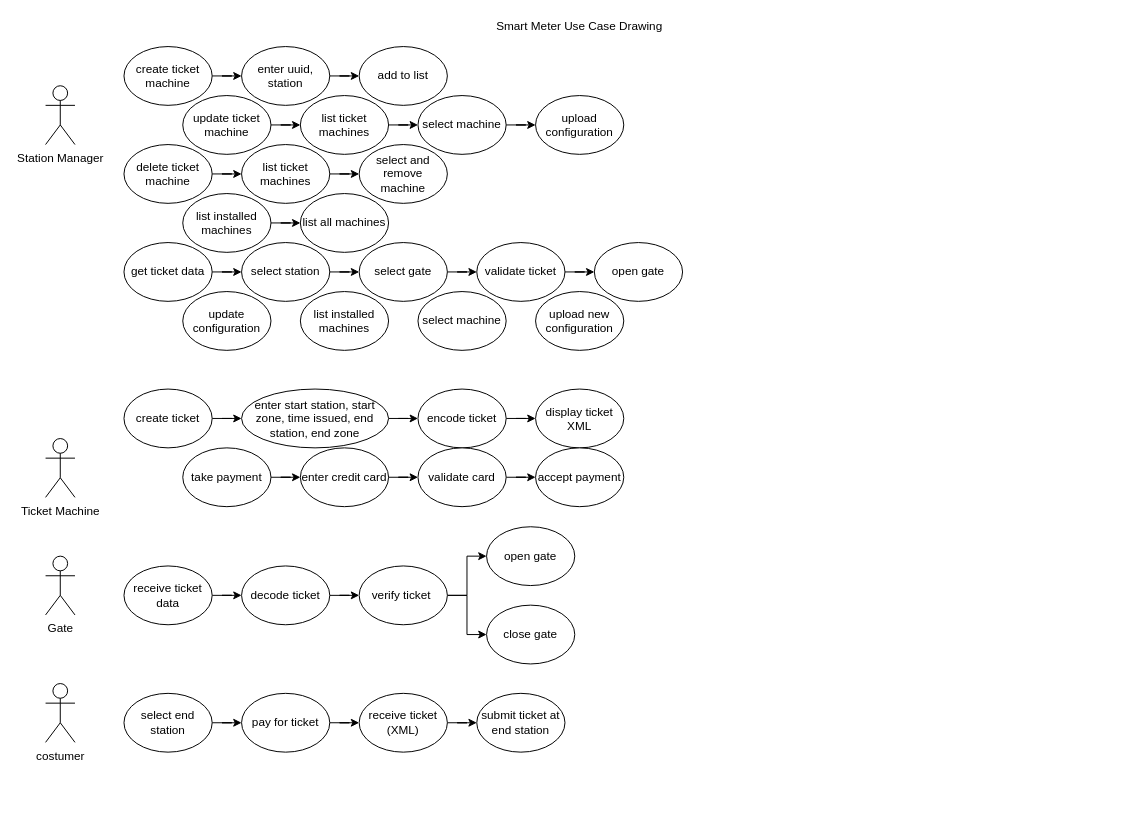
Above: project/UMLmodel/drawio/TicketMachineUseCase.drawio in cristiano-93/CristianoTicketMachine (draw.io), before the change. Source tidied: cells renumbered, new cells numbered last; positions are measured from the earlier drawing's top-left corner, leaving out a move shared by most shapes. Both pictures are drawn from the tidied source at 98%, with x=0, y=0 at pixel (45, 17).
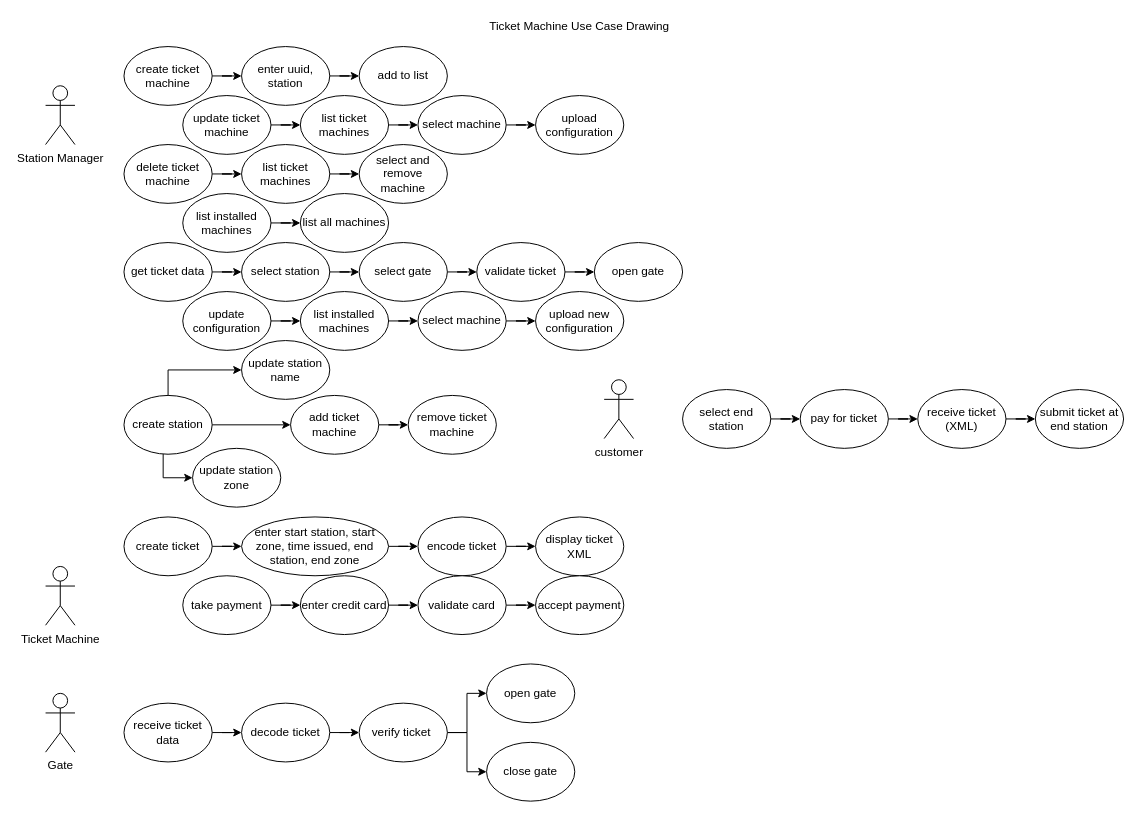
Above is the later version.

Unchanged cells that the change refers to:
```xml
<mxCell id="33" value="update configuration" style="ellipse;whiteSpace=wrap;html=1;" parent="1" vertex="1">
  <mxGeometry x="140" y="280" width="90" height="60" as="geometry" />
</mxCell>
<mxCell id="34" value="list installed machines" style="ellipse;whiteSpace=wrap;html=1;" parent="1" vertex="1">
  <mxGeometry x="260" y="280" width="90" height="60" as="geometry" />
</mxCell>
<mxCell id="35" value="select machine" style="ellipse;whiteSpace=wrap;html=1;" parent="1" vertex="1">
  <mxGeometry x="380" y="280" width="90" height="60" as="geometry" />
</mxCell>
<mxCell id="36" value="upload new configuration" style="ellipse;whiteSpace=wrap;html=1;" parent="1" vertex="1">
  <mxGeometry x="500" y="280" width="90" height="60" as="geometry" />
</mxCell>
```

The edit, as a diff of the source:
```diff
@@
     <mxCell id="2" value="Ticket Machine" style="shape=umlActor;verticalLabelPosition=bottom;labelBackgroundColor=#ffffff;verticalAlign=top;html=1;" parent="1" vertex="1">
-      <mxGeometry y="430" width="30" height="60" as="geometry" />
+      <mxGeometry y="560.5" width="30" height="60" as="geometry" />
     </mxCell>
-    <mxCell id="3" value="Smart Meter Use Case Drawing" style="text;html=1;strokeColor=none;fillColor=none;align=center;verticalAlign=middle;whiteSpace=wrap;rounded=0;" parent="1" vertex="1">
+    <mxCell id="3" value="Ticket Machine Use Case Drawing" style="text;html=1;strokeColor=none;fillColor=none;align=center;verticalAlign=middle;whiteSpace=wrap;rounded=0;" parent="1" vertex="1">
       <mxGeometry x="430" width="230" height="20" as="geometry" />
     </mxCell>
@@
+    <mxCell id="70" style="edgeStyle=orthogonalEdgeStyle;rounded=0;jettySize=auto;html=1;" parent="1" edge="1" source="33" target="34">
+      <mxGeometry relative="1" as="geometry" />
+    </mxCell>
@@
+    <mxCell id="71" style="edgeStyle=orthogonalEdgeStyle;rounded=0;jettySize=auto;html=1;" parent="1" edge="1" source="34" target="35">
+      <mxGeometry relative="1" as="geometry" />
+    </mxCell>
@@
+    <mxCell id="72" style="edgeStyle=orthogonalEdgeStyle;rounded=0;jettySize=auto;html=1;" parent="1" edge="1" source="35" target="36">
+      <mxGeometry relative="1" as="geometry" />
+    </mxCell>
@@
     <mxCell id="38" value="create ticket" style="ellipse;whiteSpace=wrap;html=1;" parent="1" vertex="1">
-      <mxGeometry x="80" y="379.5" width="90" height="60" as="geometry" />
+      <mxGeometry x="80" y="510" width="90" height="60" as="geometry" />
     </mxCell>
@@
     <mxCell id="40" value="enter start station, start zone, time issued, end station, end zone" style="ellipse;whiteSpace=wrap;html=1;" parent="1" vertex="1">
-      <mxGeometry x="200" y="379.5" width="150" height="60" as="geometry" />
+      <mxGeometry x="200" y="510" width="150" height="60" as="geometry" />
     </mxCell>
@@
     <mxCell id="42" value="encode ticket" style="ellipse;whiteSpace=wrap;html=1;" parent="1" vertex="1">
-      <mxGeometry x="380" y="379.5" width="90" height="60" as="geometry" />
+      <mxGeometry x="380" y="510" width="90" height="60" as="geometry" />
     </mxCell>
     <mxCell id="43" value="display ticket XML" style="ellipse;whiteSpace=wrap;html=1;" parent="1" vertex="1">
-      <mxGeometry x="500" y="379.5" width="90" height="60" as="geometry" />
+      <mxGeometry x="500" y="510" width="90" height="60" as="geometry" />
     </mxCell>
@@
     <mxCell id="46" value="receive ticket data" style="ellipse;whiteSpace=wrap;html=1;" parent="1" vertex="1">
-      <mxGeometry x="80" y="560" width="90" height="60" as="geometry" />
+      <mxGeometry x="80" y="700" width="90" height="60" as="geometry" />
     </mxCell>
@@
     <mxCell id="48" value="decode ticket" style="ellipse;whiteSpace=wrap;html=1;" parent="1" vertex="1">
-      <mxGeometry x="200" y="560" width="90" height="60" as="geometry" />
+      <mxGeometry x="200" y="700" width="90" height="60" as="geometry" />
     </mxCell>
+    <mxCell id="50" style="edgeStyle=orthogonalEdgeStyle;rounded=0;jettySize=auto;html=1;entryX=0;entryY=0.5;entryDx=0;entryDy=0;" parent="1" edge="1" source="51" target="53">
+      <mxGeometry relative="1" as="geometry" />
+    </mxCell>
-    <mxCell id="49" style="edgeStyle=orthogonalEdgeStyle;rounded=0;jettySize=auto;html=1;" parent="1" edge="1" source="51" target="52">
+    <mxCell id="49" style="edgeStyle=orthogonalEdgeStyle;rounded=0;jettySize=auto;html=1;entryX=0;entryY=0.5;entryDx=0;entryDy=0;" parent="1" edge="1" source="51" target="52">
       <mxGeometry relative="1" as="geometry" />
     </mxCell>
-    <mxCell id="50" style="edgeStyle=orthogonalEdgeStyle;rounded=0;jettySize=auto;html=1;entryX=0;entryY=0.5;entryDx=0;entryDy=0;" parent="1" edge="1" source="51" target="53">
-      <mxGeometry relative="1" as="geometry" />
-    </mxCell>
     <mxCell id="51" value="verify ticket&amp;nbsp;" style="ellipse;whiteSpace=wrap;html=1;" parent="1" vertex="1">
-      <mxGeometry x="320" y="560" width="90" height="60" as="geometry" />
+      <mxGeometry x="320" y="700" width="90" height="60" as="geometry" />
     </mxCell>
     <mxCell id="52" value="open gate" style="ellipse;whiteSpace=wrap;html=1;" parent="1" vertex="1">
-      <mxGeometry x="450" y="520" width="90" height="60" as="geometry" />
+      <mxGeometry x="450" y="660" width="90" height="60" as="geometry" />
     </mxCell>
     <mxCell id="53" value="close gate" style="ellipse;whiteSpace=wrap;html=1;" parent="1" vertex="1">
-      <mxGeometry x="450" y="600" width="90" height="60" as="geometry" />
+      <mxGeometry x="450" y="740" width="90" height="60" as="geometry" />
     </mxCell>
@@
     <mxCell id="55" value="take payment" style="ellipse;whiteSpace=wrap;html=1;" parent="1" vertex="1">
-      <mxGeometry x="140" y="439.5" width="90" height="60" as="geometry" />
+      <mxGeometry x="140" y="570" width="90" height="60" as="geometry" />
     </mxCell>
@@
     <mxCell id="57" value="enter credit card" style="ellipse;whiteSpace=wrap;html=1;" parent="1" vertex="1">
-      <mxGeometry x="260" y="439.5" width="90" height="60" as="geometry" />
+      <mxGeometry x="260" y="570" width="90" height="60" as="geometry" />
     </mxCell>
@@
     <mxCell id="59" value="validate card" style="ellipse;whiteSpace=wrap;html=1;" parent="1" vertex="1">
-      <mxGeometry x="380" y="439.5" width="90" height="60" as="geometry" />
+      <mxGeometry x="380" y="570" width="90" height="60" as="geometry" />
     </mxCell>
     <mxCell id="60" value="accept payment" style="ellipse;whiteSpace=wrap;html=1;" parent="1" vertex="1">
-      <mxGeometry x="500" y="439.5" width="90" height="60" as="geometry" />
+      <mxGeometry x="500" y="570" width="90" height="60" as="geometry" />
     </mxCell>
     <mxCell id="61" value="Gate" style="shape=umlActor;verticalLabelPosition=bottom;labelBackgroundColor=#ffffff;verticalAlign=top;html=1;" parent="1" vertex="1">
-      <mxGeometry y="550" width="30" height="60" as="geometry" />
+      <mxGeometry y="690" width="30" height="60" as="geometry" />
     </mxCell>
-    <mxCell id="62" value="costumer" style="shape=umlActor;verticalLabelPosition=bottom;labelBackgroundColor=#ffffff;verticalAlign=top;html=1;" parent="1" vertex="1">
-      <mxGeometry y="680" width="30" height="60" as="geometry" />
+    <mxCell id="62" value="customer" style="shape=umlActor;verticalLabelPosition=bottom;labelBackgroundColor=#ffffff;verticalAlign=top;html=1;" parent="1" vertex="1">
+      <mxGeometry x="570" y="370" width="30" height="60" as="geometry" />
     </mxCell>
@@
     <mxCell id="64" value="select end station" style="ellipse;whiteSpace=wrap;html=1;" parent="1" vertex="1">
-      <mxGeometry x="80" y="690" width="90" height="60" as="geometry" />
+      <mxGeometry x="650" y="380" width="90" height="60" as="geometry" />
     </mxCell>
@@
     <mxCell id="66" value="pay for ticket" style="ellipse;whiteSpace=wrap;html=1;" parent="1" vertex="1">
-      <mxGeometry x="200" y="690" width="90" height="60" as="geometry" />
+      <mxGeometry x="770" y="380" width="90" height="60" as="geometry" />
     </mxCell>
@@
     <mxCell id="68" value="receive ticket (XML)" style="ellipse;whiteSpace=wrap;html=1;" parent="1" vertex="1">
-      <mxGeometry x="320" y="690" width="90" height="60" as="geometry" />
+      <mxGeometry x="890" y="380" width="90" height="60" as="geometry" />
     </mxCell>
     <mxCell id="69" value="submit ticket at end station" style="ellipse;whiteSpace=wrap;html=1;" parent="1" vertex="1">
-      <mxGeometry x="440" y="690" width="90" height="60" as="geometry" />
+      <mxGeometry x="1010" y="380" width="90" height="60" as="geometry" />
     </mxCell>
+    <mxCell id="73" style="edgeStyle=orthogonalEdgeStyle;rounded=0;jettySize=auto;html=1;entryX=0;entryY=0.5;entryDx=0;entryDy=0;" parent="1" edge="1" source="76" target="80">
+      <mxGeometry relative="1" as="geometry" />
+    </mxCell>
+    <mxCell id="74" style="edgeStyle=orthogonalEdgeStyle;rounded=0;jettySize=auto;html=1;entryX=0;entryY=0.5;entryDx=0;entryDy=0;" parent="1" edge="1" source="76" target="77">
+      <mxGeometry relative="1" as="geometry">
+        <Array as="points">
+          <mxPoint x="125" y="360" />
+        </Array>
+      </mxGeometry>
+    </mxCell>
+    <mxCell id="75" style="edgeStyle=orthogonalEdgeStyle;rounded=0;jettySize=auto;html=1;entryX=0;entryY=0.5;entryDx=0;entryDy=0;" parent="1" edge="1" source="76" target="81">
+      <mxGeometry relative="1" as="geometry">
+        <Array as="points">
+          <mxPoint x="120" y="470" />
+        </Array>
+      </mxGeometry>
+    </mxCell>
+    <mxCell id="76" value="create station" style="ellipse;whiteSpace=wrap;html=1;" parent="1" vertex="1">
+      <mxGeometry x="80" y="386" width="90" height="60" as="geometry" />
+    </mxCell>
+    <mxCell id="77" value="update station name" style="ellipse;whiteSpace=wrap;html=1;" parent="1" vertex="1">
+      <mxGeometry x="200" y="330" width="90" height="60" as="geometry" />
+    </mxCell>
+    <mxCell id="78" value="remove ticket machine" style="ellipse;whiteSpace=wrap;html=1;" parent="1" vertex="1">
+      <mxGeometry x="370" y="386" width="90" height="60" as="geometry" />
+    </mxCell>
+    <mxCell id="79" style="edgeStyle=orthogonalEdgeStyle;rounded=0;jettySize=auto;html=1;" parent="1" edge="1" source="80" target="78">
+      <mxGeometry relative="1" as="geometry" />
+    </mxCell>
+    <mxCell id="80" value="add ticket machine" style="ellipse;whiteSpace=wrap;html=1;" parent="1" vertex="1">
+      <mxGeometry x="250" y="386" width="90" height="60" as="geometry" />
+    </mxCell>
+    <mxCell id="81" value="update station zone" style="ellipse;whiteSpace=wrap;html=1;" parent="1" vertex="1">
+      <mxGeometry x="150" y="440" width="90" height="60" as="geometry" />
+    </mxCell>
```
